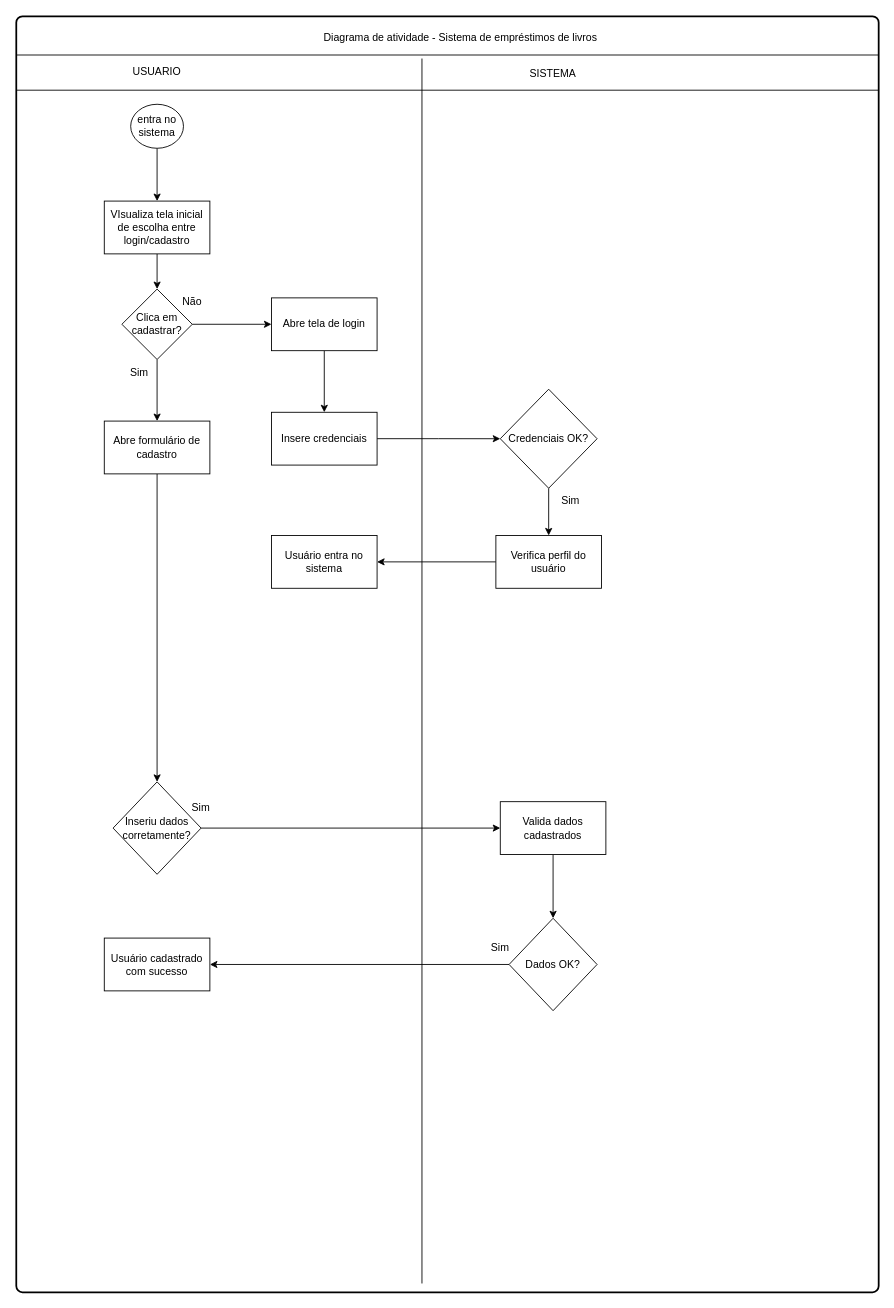
Above: page "Diagrama_atividade_cadastro_login" (2 of 4) of Diagramas/Diagramas.drawio in Raphael0305/Fatec-PI (draw.io), before the change. Source tidied: cells renumbered, new cells numbered last; positions are measured from the earlier drawing's top-left corner, leaving out a move shared by most shapes. Both pictures are drawn from the tidied source at 88%, with x=0, y=0 at pixel (16, 16).
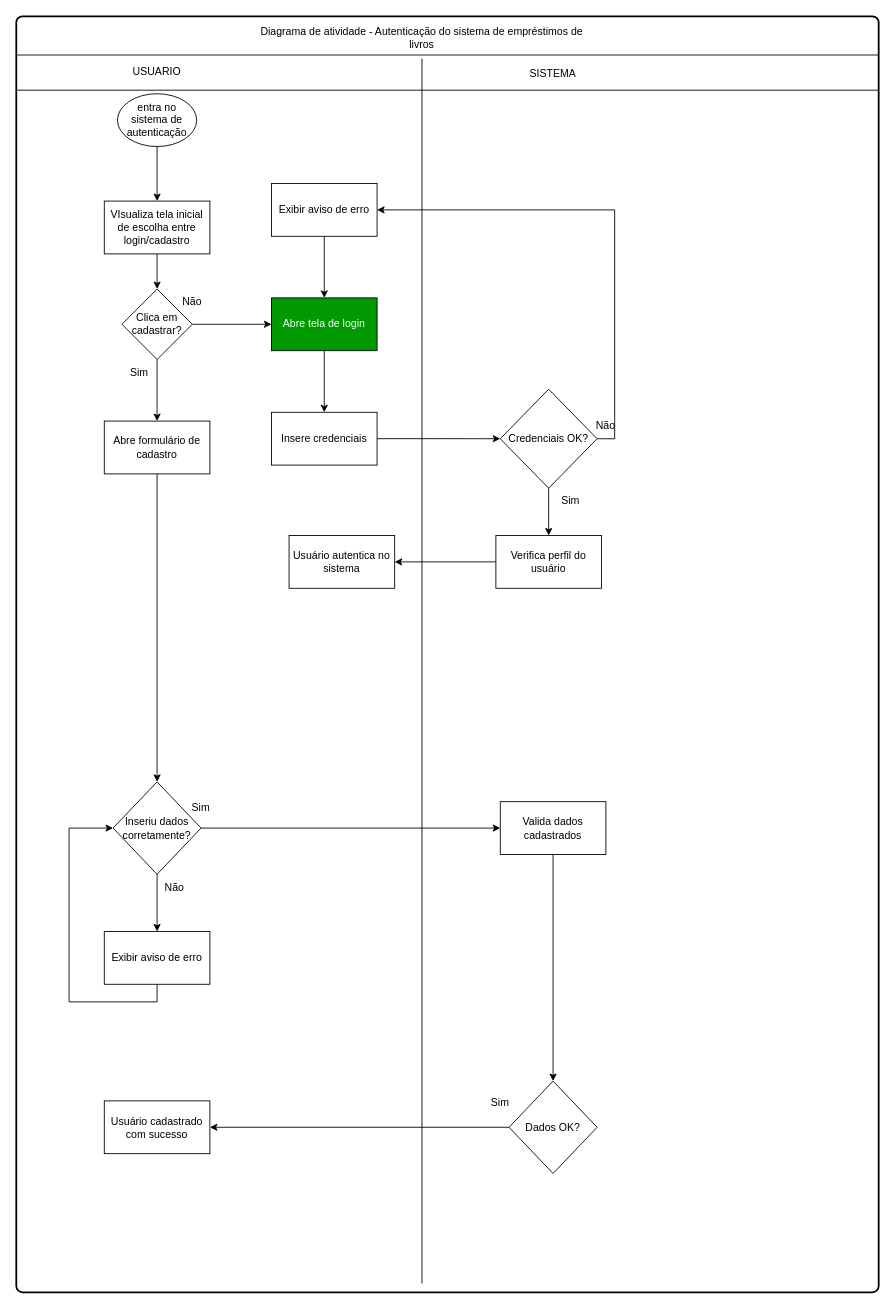
Above is the later version.

The change refers to these unchanged cells:
```xml
<mxCell id="20" value="Inseriu dados corretamente?" style="rhombus;whiteSpace=wrap;html=1;" parent="1" vertex="1">
  <mxGeometry x="110" y="870" width="100" height="105" as="geometry" />
</mxCell>
<mxCell id="34" value="Credenciais OK?" style="rhombus;whiteSpace=wrap;html=1;" parent="1" vertex="1">
  <mxGeometry x="550" y="423.8" width="110" height="112.5" as="geometry" />
</mxCell>
```

The edit, as a diff of the source:
```diff
@@
-    <mxCell id="4" value="Diagrama de atividade - Sistema de empréstimos de livros" style="text;html=1;align=center;verticalAlign=middle;whiteSpace=wrap;rounded=0;" parent="1" vertex="1">
-      <mxGeometry x="320" y="10" width="370" height="30" as="geometry" />
+    <mxCell id="4" value="Diagrama de atividade - Autenticação do sistema de empréstimos de livros" style="text;html=1;align=center;verticalAlign=middle;whiteSpace=wrap;rounded=0;" parent="1" vertex="1">
+      <mxGeometry x="276" y="10" width="370" height="30" as="geometry" />
     </mxCell>
@@
-    <mxCell id="10" value="entra no sistema" style="ellipse;whiteSpace=wrap;html=1;" parent="1" vertex="1">
-      <mxGeometry x="130" y="100" width="60" height="50" as="geometry" />
+    <mxCell id="10" value="entra no sistema de autenticação" style="ellipse;whiteSpace=wrap;html=1;" parent="1" vertex="1">
+      <mxGeometry x="115" y="88" width="90" height="60" as="geometry" />
     </mxCell>
@@
+    <mxCell id="39" style="edgeStyle=orthogonalEdgeStyle;rounded=0;jettySize=auto;html=1;exitX=0.5;exitY=1;exitDx=0;exitDy=0;entryX=0.5;entryY=0;entryDx=0;entryDy=0;" parent="1" edge="1" source="20" target="42">
+      <mxGeometry relative="1" as="geometry" />
+    </mxCell>
@@
     <mxCell id="25" value="Dados OK?" style="rhombus;whiteSpace=wrap;html=1;" parent="1" vertex="1">
-      <mxGeometry x="560" y="1025" width="100" height="105" as="geometry" />
+      <mxGeometry x="560" y="1210" width="100" height="105" as="geometry" />
     </mxCell>
     <mxCell id="26" value="Usuário cadastrado com sucesso" style="rounded=0;whiteSpace=wrap;html=1;" parent="1" vertex="1">
-      <mxGeometry x="100" y="1047.5" width="120" height="60" as="geometry" />
+      <mxGeometry x="100" y="1232.5" width="120" height="60" as="geometry" />
     </mxCell>
     <mxCell id="27" value="Sim" style="text;html=1;align=center;verticalAlign=middle;whiteSpace=wrap;rounded=0;" parent="1" vertex="1">
-      <mxGeometry x="520" y="1044" width="60" height="30" as="geometry" />
+      <mxGeometry x="520" y="1220" width="60" height="30" as="geometry" />
     </mxCell>
@@
-    <mxCell id="29" value="Abre tela de login" style="rounded=0;whiteSpace=wrap;html=1;" parent="1" vertex="1">
+    <mxCell id="29" value="&lt;font color=&quot;#fafffd&quot;&gt;Abre tela de login&lt;/font&gt;" style="rounded=0;whiteSpace=wrap;html=1;fillColor=#009900;" parent="1" vertex="1">
       <mxGeometry x="290" y="320" width="120" height="60" as="geometry" />
     </mxCell>
@@
+    <mxCell id="40" style="edgeStyle=orthogonalEdgeStyle;rounded=0;jettySize=auto;html=1;exitX=1;exitY=0.5;exitDx=0;exitDy=0;entryX=1;entryY=0.5;entryDx=0;entryDy=0;" parent="1" edge="1" source="34" target="46">
+      <mxGeometry relative="1" as="geometry" />
+    </mxCell>
@@
-    <mxCell id="35" value="Usuário entra no sistema" style="rounded=0;whiteSpace=wrap;html=1;" parent="1" vertex="1">
-      <mxGeometry x="290" y="590" width="120" height="60" as="geometry" />
+    <mxCell id="35" value="Usuário autentica no sistema" style="rounded=0;whiteSpace=wrap;html=1;" parent="1" vertex="1">
+      <mxGeometry x="310" y="590" width="120" height="60" as="geometry" />
     </mxCell>
@@
+    <mxCell id="41" style="edgeStyle=orthogonalEdgeStyle;rounded=0;jettySize=auto;html=1;exitX=0.5;exitY=1;exitDx=0;exitDy=0;entryX=0;entryY=0.5;entryDx=0;entryDy=0;" parent="1" edge="1" source="42" target="20">
+      <mxGeometry relative="1" as="geometry">
+        <Array as="points">
+          <mxPoint x="160" y="1120" />
+          <mxPoint x="60" y="1120" />
+          <mxPoint x="60" y="923" />
+        </Array>
+      </mxGeometry>
+    </mxCell>
+    <mxCell id="42" value="Exibir aviso de erro" style="rounded=0;whiteSpace=wrap;html=1;" parent="1" vertex="1">
+      <mxGeometry x="100" y="1040" width="120" height="60" as="geometry" />
+    </mxCell>
+    <mxCell id="43" value="Não" style="text;html=1;align=center;verticalAlign=middle;whiteSpace=wrap;rounded=0;" parent="1" vertex="1">
+      <mxGeometry x="150" y="975" width="60" height="30" as="geometry" />
+    </mxCell>
+    <mxCell id="44" value="Não" style="text;html=1;align=center;verticalAlign=middle;whiteSpace=wrap;rounded=0;" parent="1" vertex="1">
+      <mxGeometry x="640" y="450" width="60" height="30" as="geometry" />
+    </mxCell>
+    <mxCell id="45" style="edgeStyle=orthogonalEdgeStyle;rounded=0;jettySize=auto;html=1;exitX=0.5;exitY=1;exitDx=0;exitDy=0;" parent="1" edge="1" source="46" target="29">
+      <mxGeometry relative="1" as="geometry" />
+    </mxCell>
+    <mxCell id="46" value="Exibir aviso de erro" style="rounded=0;whiteSpace=wrap;html=1;" parent="1" vertex="1">
+      <mxGeometry x="290" y="190" width="120" height="60" as="geometry" />
+    </mxCell>
```
